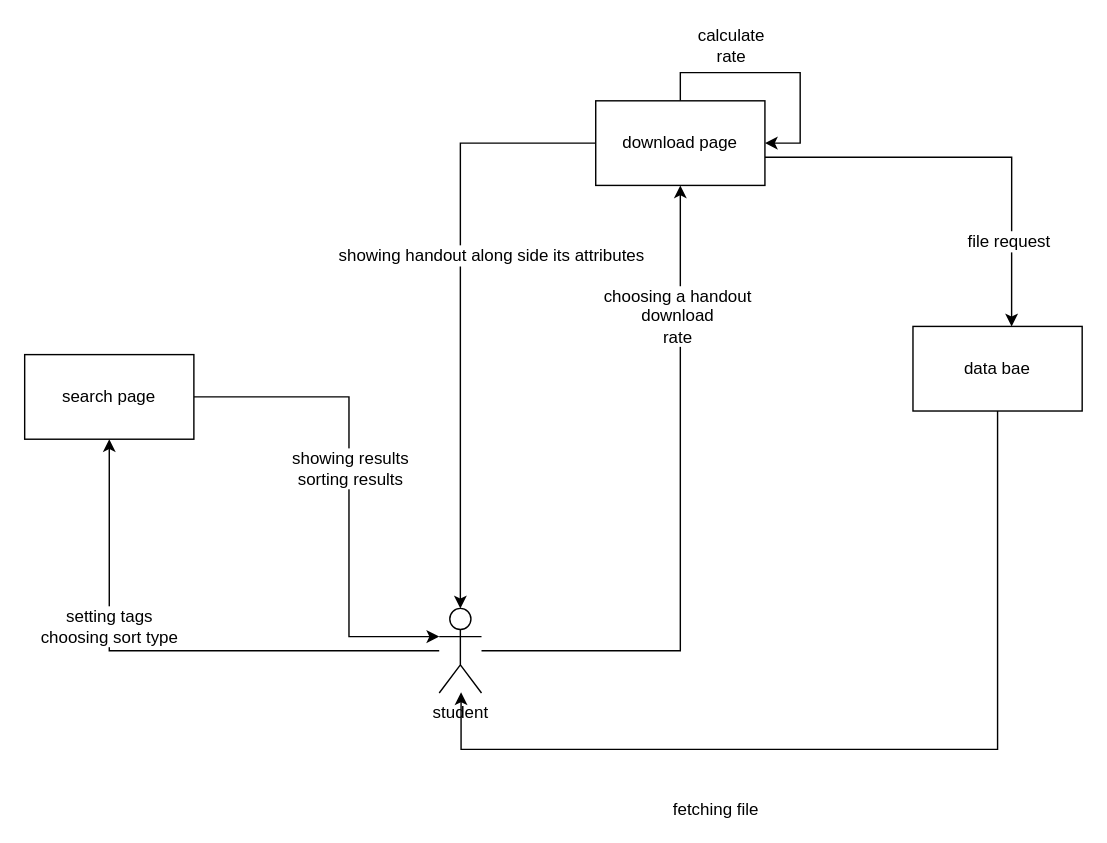
Above: communication diagram handout download.drawio in m-bassiri/HamyarApp (draw.io), before the change. Source tidied: cells renumbered, new cells numbered last; positions are measured from the earlier drawing's top-left corner, leaving out a move shared by most shapes. Both pictures are drawn from the tidied source at 141%, with x=0, y=0 at pixel (24, 72).
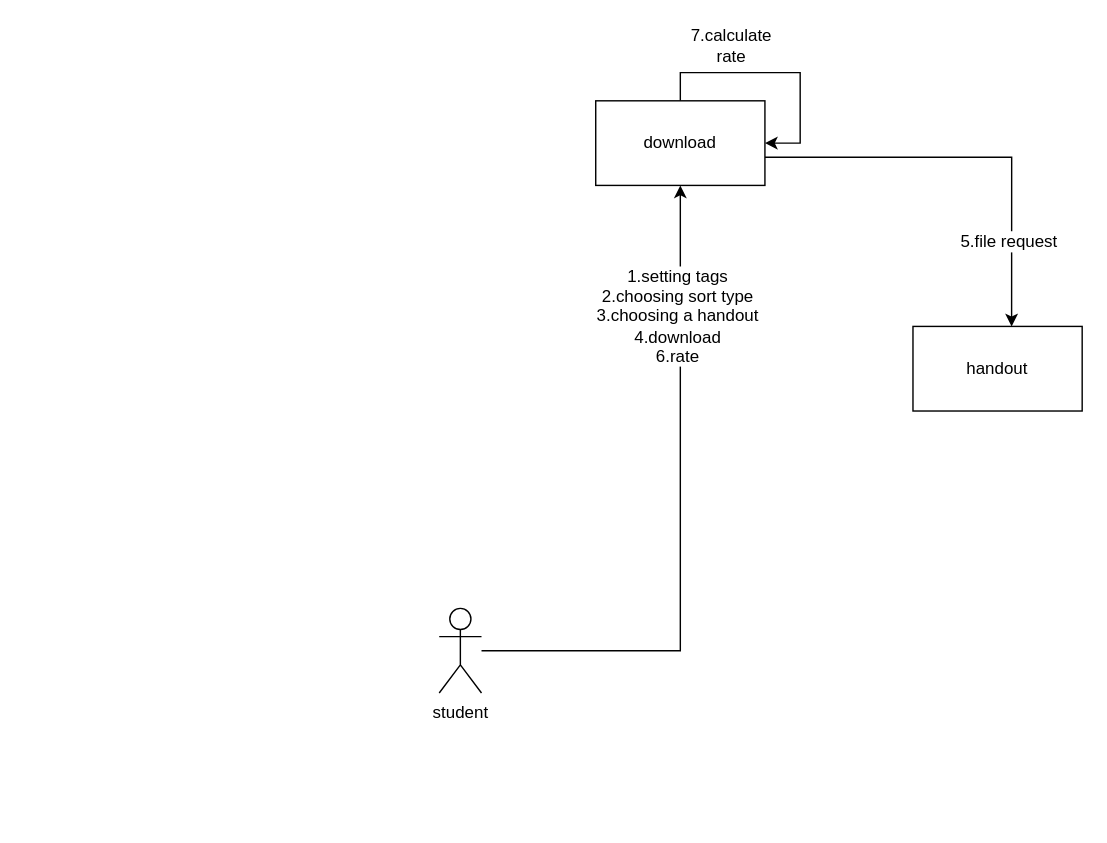
The same diagram, later.

The change refers to these unchanged cells:
```xml
<mxCell id="9" value="student" style="shape=umlActor;verticalLabelPosition=bottom;labelBackgroundColor=#ffffff;verticalAlign=top;html=1;outlineConnect=0;" parent="1" vertex="1">
  <mxGeometry x="294" y="380" width="30" height="60" as="geometry" />
</mxCell>
```

The edit, as a diff of the source:
```diff
@@
-    <mxCell id="2" style="edgeStyle=orthogonalEdgeStyle;rounded=0;jettySize=auto;html=1;entryX=0;entryY=0.3333333333333333;entryDx=0;entryDy=0;entryPerimeter=0;" parent="1" edge="1" source="4" target="9">
-      <mxGeometry relative="1" as="geometry">
-        <Array as="points">
-          <mxPoint x="230" y="230" />
-          <mxPoint x="230" y="400" />
-        </Array>
-      </mxGeometry>
-    </mxCell>
-    <mxCell id="3" value="showing results&lt;br&gt;sorting results" style="text;html=1;align=center;verticalAlign=middle;labelBackgroundColor=#ffffff;" parent="2" vertex="1">
-      <mxGeometry x="-0.71" y="1" relative="1" as="geometry">
-        <mxPoint x="60.5" y="51.5" as="offset" />
-      </mxGeometry>
-    </mxCell>
-    <mxCell id="4" value="search page" style="rounded=0;whiteSpace=wrap;html=1;" parent="1" vertex="1">
-      <mxGeometry y="200" width="120" height="60" as="geometry" />
-    </mxCell>
-    <mxCell id="5" style="edgeStyle=orthogonalEdgeStyle;rounded=0;jettySize=auto;html=1;entryX=0.5;entryY=1;entryDx=0;entryDy=0;" parent="1" edge="1" source="9" target="4">
-      <mxGeometry relative="1" as="geometry" />
-    </mxCell>
-    <mxCell id="6" value="setting tags&lt;br&gt;choosing sort type" style="text;html=1;align=center;verticalAlign=middle;labelBackgroundColor=#ffffff;" parent="5" vertex="1">
-      <mxGeometry x="0.31" y="2" relative="1" as="geometry">
-        <mxPoint x="1" as="offset" />
-      </mxGeometry>
-    </mxCell>
-    <mxCell id="7" style="edgeStyle=orthogonalEdgeStyle;rounded=0;jettySize=auto;html=1;entryX=0.5;entryY=1;entryDx=0;entryDy=0;" parent="1" edge="1" source="9" target="19">
-      <mxGeometry relative="1" as="geometry" />
-    </mxCell>
-    <mxCell id="8" value="choosing a handout&lt;br&gt;download&lt;br&gt;rate" style="text;html=1;align=center;verticalAlign=middle;labelBackgroundColor=#ffffff;" parent="7" vertex="1">
-      <mxGeometry x="0.61" y="3" relative="1" as="geometry" />
-    </mxCell>
+    <mxCell id="20" style="edgeStyle=orthogonalEdgeStyle;rounded=0;jettySize=auto;html=1;entryX=0.5;entryY=1;entryDx=0;entryDy=0;" parent="1" edge="1" source="9" target="27">
+      <mxGeometry relative="1" as="geometry" />
+    </mxCell>
+    <mxCell id="21" value="1.setting tags&lt;br&gt;2.choosing sort type&lt;br&gt;3.choosing a handout&lt;br&gt;4.download&lt;br&gt;6.rate" style="text;html=1;align=center;verticalAlign=middle;labelBackgroundColor=#ffffff;" parent="20" vertex="1">
+      <mxGeometry x="0.61" y="3" relative="1" as="geometry" />
+    </mxCell>
@@
-    <mxCell id="10" style="edgeStyle=orthogonalEdgeStyle;rounded=0;jettySize=auto;html=1;" parent="1" edge="1" source="12">
-      <mxGeometry relative="1" as="geometry">
-        <mxPoint x="309.5" y="439.5" as="targetPoint" />
-        <Array as="points">
-          <mxPoint x="690" y="480" />
-          <mxPoint x="309" y="480" />
-        </Array>
-      </mxGeometry>
-    </mxCell>
-    <mxCell id="11" value="fetching file " style="text;html=1;align=center;verticalAlign=middle;labelBackgroundColor=#ffffff;" parent="10" vertex="1">
-      <mxGeometry x="-0.39" y="-101" relative="1" as="geometry">
-        <mxPoint x="-100" y="80.5" as="offset" />
-      </mxGeometry>
-    </mxCell>
-    <mxCell id="12" value="data bae" style="rounded=0;whiteSpace=wrap;html=1;" parent="1" vertex="1">
-      <mxGeometry x="630" y="180" width="120" height="60" as="geometry" />
-    </mxCell>
-    <mxCell id="13" style="edgeStyle=orthogonalEdgeStyle;rounded=0;orthogonalLoop=1;jettySize=auto;html=1;entryX=1;entryY=0.5;entryDx=0;entryDy=0;" parent="1" edge="1" source="19" target="19">
-      <mxGeometry relative="1" as="geometry">
-        <Array as="points">
-          <mxPoint x="465" />
-          <mxPoint x="550" />
-          <mxPoint x="550" y="50" />
-        </Array>
-      </mxGeometry>
-    </mxCell>
-    <mxCell id="14" value="calculate &lt;br&gt;rate" style="text;html=1;align=center;verticalAlign=middle;labelBackgroundColor=#ffffff;" parent="13" vertex="1">
-      <mxGeometry x="-0.35" relative="1" as="geometry">
-        <mxPoint x="-4" y="-20" as="offset" />
-      </mxGeometry>
-    </mxCell>
-    <mxCell id="15" style="edgeStyle=orthogonalEdgeStyle;rounded=0;jettySize=auto;html=1;entryX=0.583;entryY=0;entryDx=0;entryDy=0;entryPerimeter=0;" parent="1" edge="1" source="19" target="12">
-      <mxGeometry relative="1" as="geometry">
-        <Array as="points">
-          <mxPoint x="700" y="60" />
-        </Array>
-      </mxGeometry>
-    </mxCell>
-    <mxCell id="16" value="file request" style="text;html=1;align=center;verticalAlign=middle;labelBackgroundColor=#ffffff;" parent="15" vertex="1">
-      <mxGeometry x="0.59" y="-2" relative="1" as="geometry" />
-    </mxCell>
-    <mxCell id="17" style="edgeStyle=orthogonalEdgeStyle;rounded=0;jettySize=auto;html=1;entryX=0.5;entryY=0;entryDx=0;entryDy=0;entryPerimeter=0;" parent="1" edge="1" source="19" target="9">
-      <mxGeometry relative="1" as="geometry">
-        <Array as="points">
-          <mxPoint x="309" y="50" />
-        </Array>
-      </mxGeometry>
-    </mxCell>
-    <mxCell id="18" value="showing handout along side its attributes" style="text;html=1;align=center;verticalAlign=middle;labelBackgroundColor=#ffffff;" parent="17" vertex="1">
-      <mxGeometry x="-0.74" relative="1" as="geometry">
-        <mxPoint x="-20" y="79.5" as="offset" />
-      </mxGeometry>
-    </mxCell>
-    <mxCell id="19" value="download page" style="rounded=0;whiteSpace=wrap;html=1;" parent="1" vertex="1">
-      <mxGeometry x="405" y="20" width="120" height="60" as="geometry" />
-    </mxCell>
+    <mxCell id="22" value="handout" style="rounded=0;whiteSpace=wrap;html=1;" parent="1" vertex="1">
+      <mxGeometry x="630" y="180" width="120" height="60" as="geometry" />
+    </mxCell>
+    <mxCell id="23" style="edgeStyle=orthogonalEdgeStyle;rounded=0;orthogonalLoop=1;jettySize=auto;html=1;entryX=1;entryY=0.5;entryDx=0;entryDy=0;" parent="1" edge="1" source="27" target="27">
+      <mxGeometry relative="1" as="geometry">
+        <Array as="points">
+          <mxPoint x="465" />
+          <mxPoint x="550" />
+          <mxPoint x="550" y="50" />
+        </Array>
+      </mxGeometry>
+    </mxCell>
+    <mxCell id="24" value="7.calculate &lt;br&gt;rate" style="text;html=1;align=center;verticalAlign=middle;labelBackgroundColor=#ffffff;" parent="23" vertex="1">
+      <mxGeometry x="-0.35" relative="1" as="geometry">
+        <mxPoint x="-4" y="-20" as="offset" />
+      </mxGeometry>
+    </mxCell>
+    <mxCell id="25" style="edgeStyle=orthogonalEdgeStyle;rounded=0;jettySize=auto;html=1;entryX=0.583;entryY=0;entryDx=0;entryDy=0;entryPerimeter=0;" parent="1" edge="1" source="27" target="22">
+      <mxGeometry relative="1" as="geometry">
+        <Array as="points">
+          <mxPoint x="700" y="60" />
+        </Array>
+      </mxGeometry>
+    </mxCell>
+    <mxCell id="26" value="5.file request" style="text;html=1;align=center;verticalAlign=middle;labelBackgroundColor=#ffffff;" parent="25" vertex="1">
+      <mxGeometry x="0.59" y="-2" relative="1" as="geometry" />
+    </mxCell>
+    <mxCell id="27" value="download" style="rounded=0;whiteSpace=wrap;html=1;" parent="1" vertex="1">
+      <mxGeometry x="405" y="20" width="120" height="60" as="geometry" />
+    </mxCell>
```
